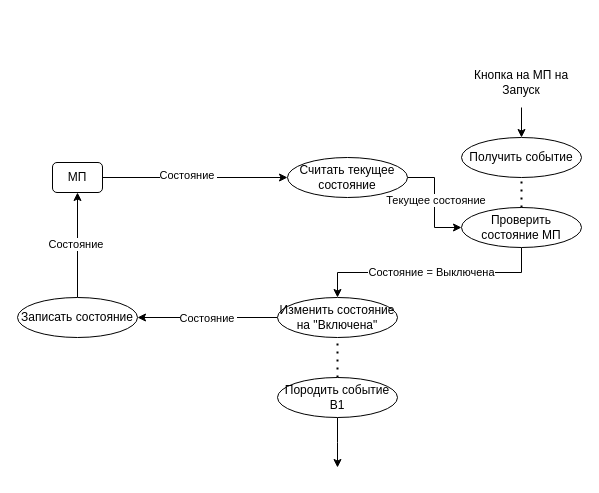
This is page "ДПДД_2" (6 of 6) of eduSem_4/objectOrientedProgramming/LR_5/AndreevAA_LR5_UML.drawio from AndreevAA/BMSTU, a draw.io file, before an edit. Source tidied: cells renumbered, new cells numbered last; positions are measured from the earlier drawing's top-left corner, leaving out a move shared by most shapes. Both pictures are drawn from the tidied source at 100%, with x=0, y=0 at pixel (17, 57).
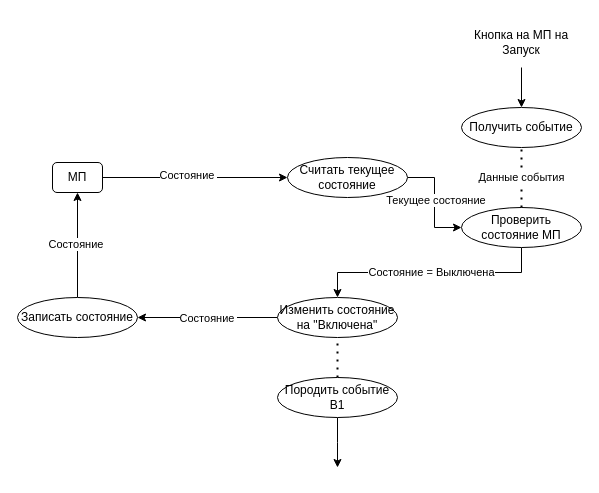
After the change.

The change refers to these unchanged cells:
```xml
<mxCell id="7" value="Проверить состояние МП" style="ellipse;whiteSpace=wrap;html=1;" parent="1" vertex="1">
  <mxGeometry x="444" y="150" width="120" height="40" as="geometry" />
</mxCell>
```

The edit, as a diff of the source:
```diff
@@
     <mxCell id="2" value="Получить событие" style="ellipse;whiteSpace=wrap;html=1;" parent="1" vertex="1">
-      <mxGeometry x="444" y="80" width="120" height="40" as="geometry" />
+      <mxGeometry x="444" y="50" width="120" height="40" as="geometry" />
     </mxCell>
@@
     <mxCell id="4" value="Кнопка на МП на Запуск" style="text;html=1;strokeColor=none;fillColor=none;align=center;verticalAlign=middle;whiteSpace=wrap;rounded=0;" parent="1" vertex="1">
-      <mxGeometry x="444" width="120" height="50" as="geometry" />
+      <mxGeometry x="444" y="-40" width="120" height="50" as="geometry" />
     </mxCell>
@@
-    <mxCell id="8" style="endArrow=none;dashed=1;html=1;dashPattern=1 3;strokeWidth=2;entryX=0.5;entryY=1;entryDx=0;entryDy=0;exitX=0.5;exitY=0;exitDx=0;exitDy=0;" parent="1" edge="1" source="7" target="2">
+    <mxCell id="8" value="&lt;span style=&quot;color: rgb(0, 0, 0); font-family: helvetica; font-size: 11px; font-style: normal; font-weight: 400; letter-spacing: normal; text-align: center; text-indent: 0px; text-transform: none; word-spacing: 0px; background-color: rgb(255, 255, 255); display: inline; float: none;&quot;&gt;Данные события&lt;/span&gt;" style="endArrow=none;dashed=1;html=1;dashPattern=1 3;strokeWidth=2;entryX=0.5;entryY=1;entryDx=0;entryDy=0;exitX=0.5;exitY=0;exitDx=0;exitDy=0;" parent="1" edge="1" source="7" target="2">
       <mxGeometry relative="1" as="geometry" />
     </mxCell>
```
